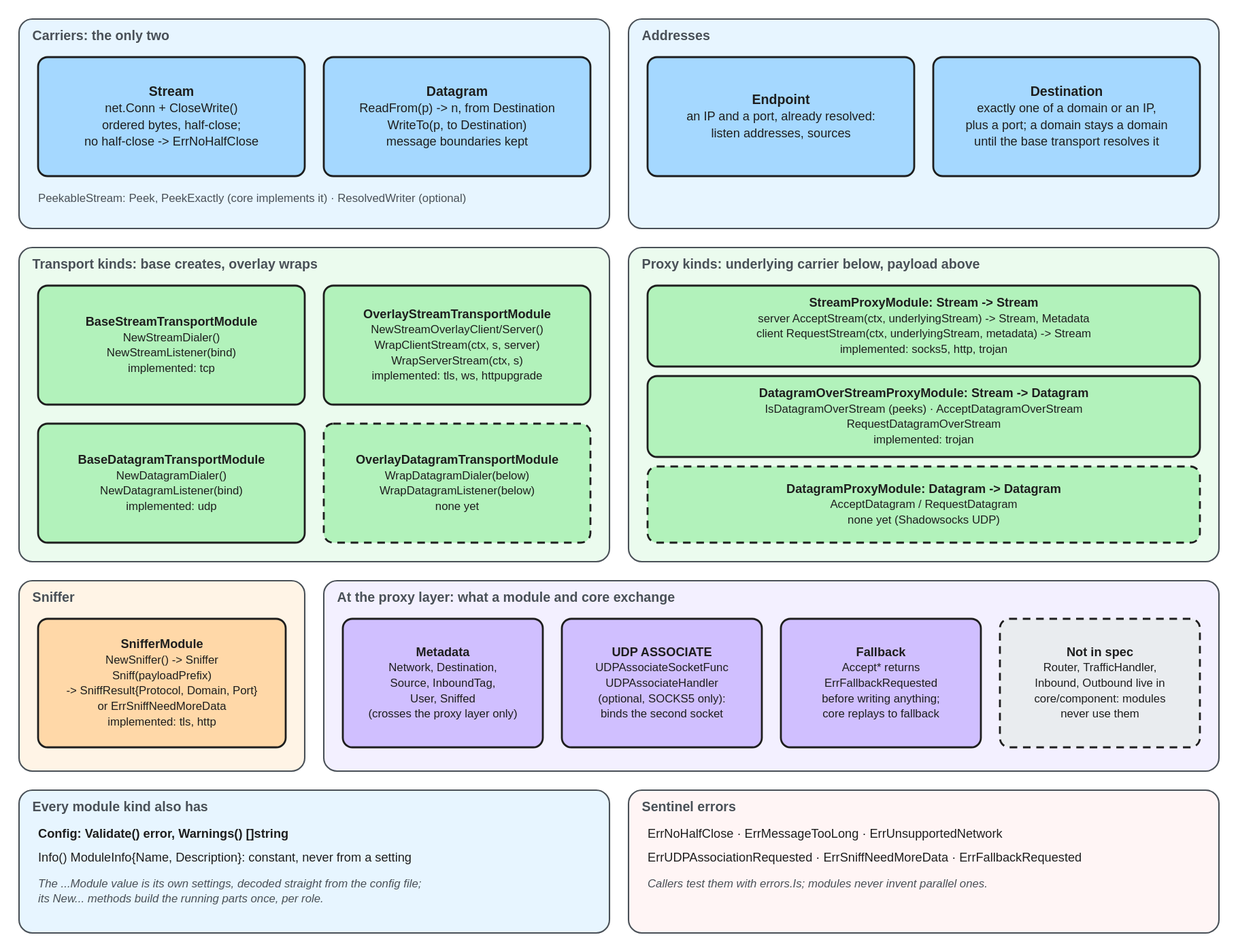
Above: docs/assets/diagrams/spec-contract.excalidraw.svg in we-apranik/apranik (Excalidraw), before the change. Source tidied: one line per element, renumbered; positions are measured from the earlier drawing's top-left corner, leaving out a move shared by most shapes.
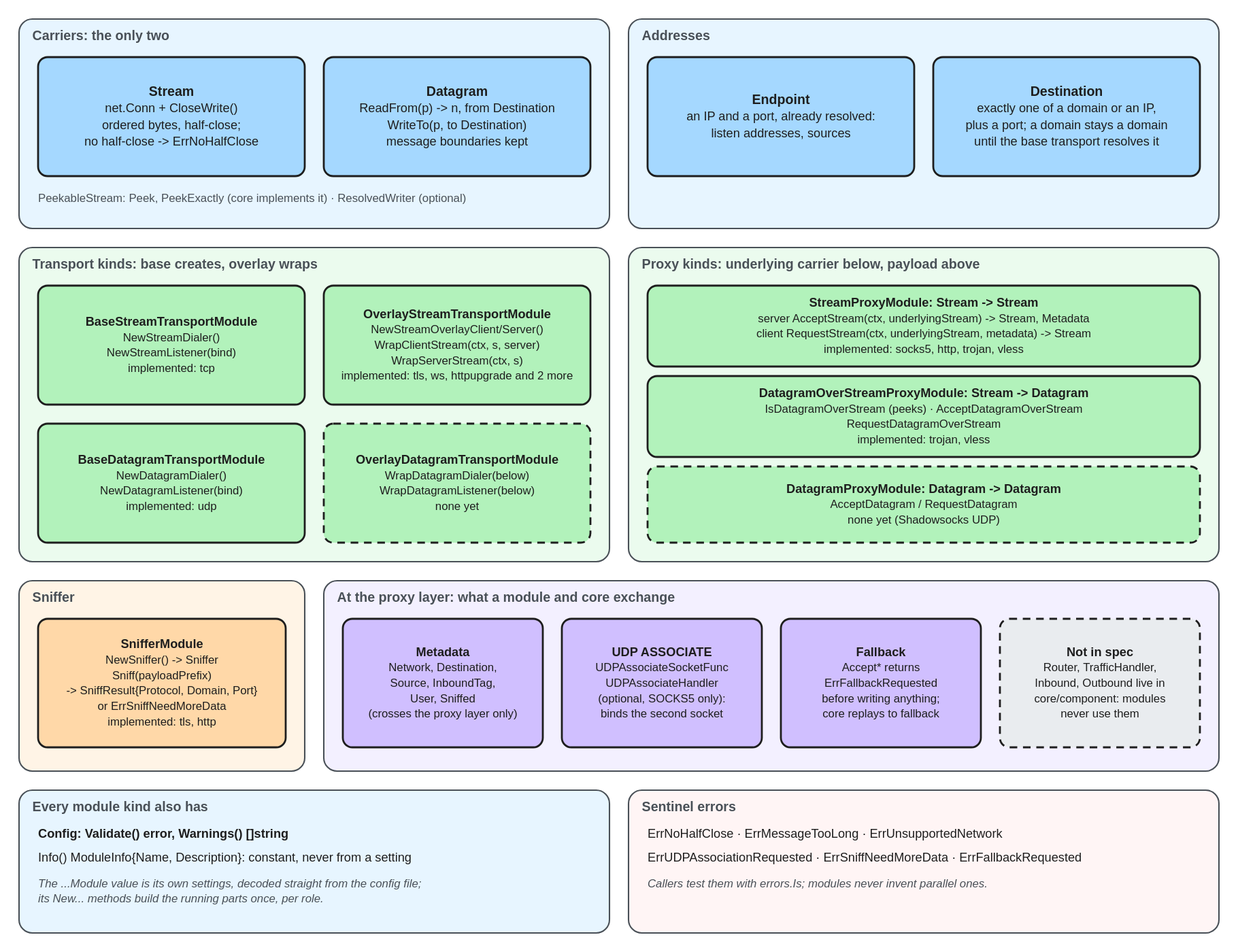
After the commit.

Change to the diagram source:
```diff
@@ -16,7 +16,7 @@
 {"id": 15, "type": "rectangle", "strokeColor": "#1e1e1e", "backgroundColor": "#b2f2bb", "fillStyle": "solid", "strokeWidth": 2, "roughness": 0, "round": true, "x": 20, "y": 280, "width": 280, "height": 125}
 {"id": 16, "type": "text", "text": "BaseStreamTransportModule\nNewStreamDialer()\nNewStreamListener(bind)\nimplemented: tcp", "strokeColor": "#1e1e1e", "strokeWidth": 2, "roughness": 0, "fontSize": 12, "fontFamily": 2, "textAlign": "center", "verticalAlign": "middle", "inside": 15, "x": 20, "y": 280, "width": 280, "height": 60}
 {"id": 17, "type": "rectangle", "strokeColor": "#1e1e1e", "backgroundColor": "#b2f2bb", "fillStyle": "solid", "strokeWidth": 2, "roughness": 0, "round": true, "x": 320, "y": 280, "width": 280, "height": 125}
-{"id": 18, "type": "text", "text": "OverlayStreamTransportModule\nNewStreamOverlayClient/Server()\nWrapClientStream(ctx, s, server)\nWrapServerStream(ctx, s)\nimplemented: tls, ws, httpupgrade", "strokeColor": "#1e1e1e", "strokeWidth": 2, "roughness": 0, "fontSize": 12, "fontFamily": 2, "textAlign": "center", "verticalAlign": "middle", "inside": 17, "x": 320, "y": 280, "width": 280, "height": 75}
+{"id": 18, "type": "text", "text": "OverlayStreamTransportModule\nNewStreamOverlayClient/Server()\nWrapClientStream(ctx, s, server)\nWrapServerStream(ctx, s)\nimplemented: tls, ws, httpupgrade and 2 more", "strokeColor": "#1e1e1e", "strokeWidth": 2, "roughness": 0, "fontSize": 12, "fontFamily": 2, "textAlign": "center", "verticalAlign": "middle", "inside": 17, "x": 320, "y": 280, "width": 280, "height": 75}
 {"id": 19, "type": "rectangle", "strokeColor": "#1e1e1e", "backgroundColor": "#b2f2bb", "fillStyle": "solid", "strokeWidth": 2, "roughness": 0, "round": true, "x": 20, "y": 425, "width": 280, "height": 125}
 {"id": 20, "type": "text", "text": "BaseDatagramTransportModule\nNewDatagramDialer()\nNewDatagramListener(bind)\nimplemented: udp", "strokeColor": "#1e1e1e", "strokeWidth": 2, "roughness": 0, "fontSize": 12, "fontFamily": 2, "textAlign": "center", "verticalAlign": "middle", "inside": 19, "x": 20, "y": 425, "width": 280, "height": 60}
 {"id": 21, "type": "rectangle", "strokeColor": "#1e1e1e", "backgroundColor": "#b2f2bb", "fillStyle": "solid", "strokeWidth": 2, "strokeStyle": "dashed", "roughness": 0, "round": true, "x": 320, "y": 425, "width": 280, "height": 125}
@@ -24,9 +24,9 @@
 {"id": 23, "type": "rectangle", "strokeColor": "#495057", "backgroundColor": "#ebfbee", "fillStyle": "solid", "strokeWidth": 1, "roughness": 0, "round": true, "x": 640, "y": 240, "width": 620, "height": 330}
 {"id": 24, "type": "text", "text": "Proxy kinds: underlying carrier below, payload above", "strokeColor": "#495057", "strokeWidth": 2, "roughness": 0, "fontSize": 14, "fontFamily": 2, "verticalAlign": "middle", "x": 654, "y": 248, "width": 592, "height": 18}
 {"id": 25, "type": "rectangle", "strokeColor": "#1e1e1e", "backgroundColor": "#b2f2bb", "fillStyle": "solid", "strokeWidth": 2, "roughness": 0, "round": true, "x": 660, "y": 280, "width": 580, "height": 85}
-{"id": 26, "type": "text", "text": "StreamProxyModule: Stream -> Stream\nserver AcceptStream(ctx, underlyingStream) -> Stream, Metadata\nclient RequestStream(ctx, underlyingStream, metadata) -> Stream\nimplemented: socks5, http, trojan", "strokeColor": "#1e1e1e", "strokeWidth": 2, "roughness": 0, "fontSize": 12, "fontFamily": 2, "textAlign": "center", "verticalAlign": "middle", "inside": 25, "x": 660, "y": 280, "width": 580, "height": 60}
+{"id": 26, "type": "text", "text": "StreamProxyModule: Stream -> Stream\nserver AcceptStream(ctx, underlyingStream) -> Stream, Metadata\nclient RequestStream(ctx, underlyingStream, metadata) -> Stream\nimplemented: socks5, http, trojan, vless", "strokeColor": "#1e1e1e", "strokeWidth": 2, "roughness": 0, "fontSize": 12, "fontFamily": 2, "textAlign": "center", "verticalAlign": "middle", "inside": 25, "x": 660, "y": 280, "width": 580, "height": 60}
 {"id": 27, "type": "rectangle", "strokeColor": "#1e1e1e", "backgroundColor": "#b2f2bb", "fillStyle": "solid", "strokeWidth": 2, "roughness": 0, "round": true, "x": 660, "y": 375, "width": 580, "height": 85}
-{"id": 28, "type": "text", "text": "DatagramOverStreamProxyModule: Stream -> Datagram\nIsDatagramOverStream (peeks) · AcceptDatagramOverStream\nRequestDatagramOverStream\nimplemented: trojan", "strokeColor": "#1e1e1e", "strokeWidth": 2, "roughness": 0, "fontSize": 12, "fontFamily": 2, "textAlign": "center", "verticalAlign": "middle", "inside": 27, "x": 660, "y": 375, "width": 580, "height": 60}
+{"id": 28, "type": "text", "text": "DatagramOverStreamProxyModule: Stream -> Datagram\nIsDatagramOverStream (peeks) · AcceptDatagramOverStream\nRequestDatagramOverStream\nimplemented: trojan, vless", "strokeColor": "#1e1e1e", "strokeWidth": 2, "roughness": 0, "fontSize": 12, "fontFamily": 2, "textAlign": "center", "verticalAlign": "middle", "inside": 27, "x": 660, "y": 375, "width": 580, "height": 60}
 {"id": 29, "type": "rectangle", "strokeColor": "#1e1e1e", "backgroundColor": "#b2f2bb", "fillStyle": "solid", "strokeWidth": 2, "strokeStyle": "dashed", "roughness": 0, "round": true, "x": 660, "y": 470, "width": 580, "height": 80}
 {"id": 30, "type": "text", "text": "DatagramProxyModule: Datagram -> Datagram\nAcceptDatagram / RequestDatagram\nnone yet (Shadowsocks UDP)", "strokeColor": "#1e1e1e", "strokeWidth": 2, "roughness": 0, "fontSize": 12, "fontFamily": 2, "textAlign": "center", "verticalAlign": "middle", "inside": 29, "x": 660, "y": 470, "width": 580, "height": 45}
 {"id": 31, "type": "rectangle", "strokeColor": "#495057", "backgroundColor": "#fff4e6", "fillStyle": "solid", "strokeWidth": 1, "roughness": 0, "round": true, "x": 0, "y": 590, "width": 300, "height": 200}
```
